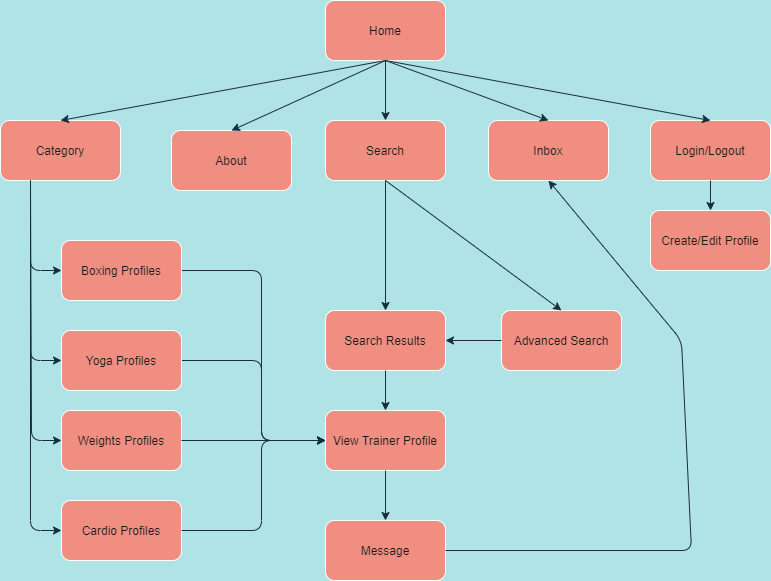
This is app/assets/images/sitemap-marketplace.png from brianqhe/everybody-fitness, a draw.io export, as it was before one commit. Source tidied: cells renumbered, new cells last; positions are measured from the earlier drawing's top-left corner, leaving out a move shared by most shapes. The source it was exported from:
```xml
<mxGraphModel background="#B0E3E6">
  <root>
    <mxCell id="0" />
    <mxCell id="1" parent="0" />
    <mxCell id="2" value="Home" style="rounded=1;whiteSpace=wrap;html=1;fillColor=#F08E81;strokeColor=#FFFFFF;fontColor=#1A1A1A;" parent="1" vertex="1">
      <mxGeometry x="325" width="120" height="60" as="geometry" />
    </mxCell>
    <mxCell id="3" value="Login/Logout" style="rounded=1;whiteSpace=wrap;html=1;fillColor=#F08E81;strokeColor=#FFFFFF;fontColor=#1A1A1A;" parent="1" vertex="1">
      <mxGeometry x="650" y="120" width="120" height="60" as="geometry" />
    </mxCell>
    <mxCell id="4" value="About" style="rounded=1;whiteSpace=wrap;html=1;fillColor=#F08E81;strokeColor=#FFFFFF;fontColor=#1A1A1A;" parent="1" vertex="1">
      <mxGeometry x="171" y="130" width="120" height="60" as="geometry" />
    </mxCell>
    <mxCell id="5" value="Category" style="rounded=1;whiteSpace=wrap;html=1;fillColor=#F08E81;strokeColor=#FFFFFF;fontColor=#1A1A1A;" parent="1" vertex="1">
      <mxGeometry y="120" width="120" height="60" as="geometry" />
    </mxCell>
    <mxCell id="6" value="Search" style="rounded=1;whiteSpace=wrap;html=1;fillColor=#F08E81;strokeColor=#FFFFFF;fontColor=#1A1A1A;" parent="1" vertex="1">
      <mxGeometry x="325" y="120" width="120" height="60" as="geometry" />
    </mxCell>
    <mxCell id="7" value="View Trainer Profile" style="rounded=1;whiteSpace=wrap;html=1;fillColor=#F08E81;strokeColor=#FFFFFF;fontColor=#1A1A1A;" parent="1" vertex="1">
      <mxGeometry x="325" y="410" width="120" height="60" as="geometry" />
    </mxCell>
    <mxCell id="8" value="Message" style="rounded=1;whiteSpace=wrap;html=1;fillColor=#F08E81;strokeColor=#FFFFFF;fontColor=#1A1A1A;" parent="1" vertex="1">
      <mxGeometry x="325" y="520" width="120" height="60" as="geometry" />
    </mxCell>
    <mxCell id="9" style="endArrow=classic;html=1;exitX=0.5;exitY=1;exitDx=0;exitDy=0;entryX=0.5;entryY=0;entryDx=0;entryDy=0;strokeColor=#182E3E;fontColor=#1A1A1A;labelBackgroundColor=#B0E3E6;" parent="1" edge="1" source="2" target="6">
      <mxGeometry relative="1" as="geometry" />
    </mxCell>
    <mxCell id="10" style="endArrow=classic;html=1;exitX=0.5;exitY=1;exitDx=0;exitDy=0;entryX=0.5;entryY=0;entryDx=0;entryDy=0;strokeColor=#182E3E;fontColor=#1A1A1A;labelBackgroundColor=#B0E3E6;" parent="1" edge="1" source="2" target="5">
      <mxGeometry relative="1" as="geometry" />
    </mxCell>
    <mxCell id="11" style="endArrow=classic;html=1;exitX=0.5;exitY=1;exitDx=0;exitDy=0;entryX=0.5;entryY=0;entryDx=0;entryDy=0;strokeColor=#182E3E;fontColor=#1A1A1A;labelBackgroundColor=#B0E3E6;" parent="1" edge="1" source="2" target="3">
      <mxGeometry relative="1" as="geometry" />
    </mxCell>
    <mxCell id="12" style="endArrow=classic;html=1;exitX=0.5;exitY=1;exitDx=0;exitDy=0;entryX=0.5;entryY=0;entryDx=0;entryDy=0;strokeColor=#182E3E;fontColor=#1A1A1A;labelBackgroundColor=#B0E3E6;" parent="1" edge="1" source="2" target="4">
      <mxGeometry relative="1" as="geometry" />
    </mxCell>
    <mxCell id="13" value="Inbox" style="rounded=1;whiteSpace=wrap;html=1;fillColor=#F08E81;strokeColor=#FFFFFF;fontColor=#1A1A1A;" parent="1" vertex="1">
      <mxGeometry x="488" y="120" width="120" height="60" as="geometry" />
    </mxCell>
    <mxCell id="14" style="endArrow=classic;html=1;exitX=0.5;exitY=1;exitDx=0;exitDy=0;entryX=0.5;entryY=0;entryDx=0;entryDy=0;strokeColor=#182E3E;fontColor=#1A1A1A;labelBackgroundColor=#B0E3E6;" parent="1" edge="1" source="3" target="24">
      <mxGeometry relative="1" as="geometry" />
    </mxCell>
    <mxCell id="15" style="endArrow=classic;html=1;exitX=0.5;exitY=1;exitDx=0;exitDy=0;entryX=0.5;entryY=0;entryDx=0;entryDy=0;strokeColor=#182E3E;fontColor=#1A1A1A;labelBackgroundColor=#B0E3E6;" parent="1" edge="1" source="2" target="13">
      <mxGeometry relative="1" as="geometry" />
    </mxCell>
    <mxCell id="16" value="Advanced Search" style="rounded=1;whiteSpace=wrap;html=1;fillColor=#F08E81;strokeColor=#FFFFFF;fontColor=#1A1A1A;" parent="1" vertex="1">
      <mxGeometry x="501" y="310" width="120" height="60" as="geometry" />
    </mxCell>
    <mxCell id="17" style="endArrow=classic;html=1;exitX=0.5;exitY=1;exitDx=0;exitDy=0;entryX=0.5;entryY=0;entryDx=0;entryDy=0;startArrow=none;startFill=0;strokeColor=#182E3E;fontColor=#1A1A1A;labelBackgroundColor=#B0E3E6;" parent="1" edge="1" source="6" target="16">
      <mxGeometry relative="1" as="geometry" />
    </mxCell>
    <mxCell id="18" value="Search Results" style="rounded=1;whiteSpace=wrap;html=1;fillColor=#F08E81;strokeColor=#FFFFFF;fontColor=#1A1A1A;" parent="1" vertex="1">
      <mxGeometry x="325" y="310" width="120" height="60" as="geometry" />
    </mxCell>
    <mxCell id="19" style="endArrow=classic;html=1;exitX=0.5;exitY=1;exitDx=0;exitDy=0;entryX=0.5;entryY=0;entryDx=0;entryDy=0;strokeColor=#182E3E;fontColor=#1A1A1A;labelBackgroundColor=#B0E3E6;" parent="1" edge="1" source="6" target="18">
      <mxGeometry relative="1" as="geometry" />
    </mxCell>
    <mxCell id="20" style="endArrow=classic;html=1;exitX=0;exitY=0.5;exitDx=0;exitDy=0;entryX=1;entryY=0.5;entryDx=0;entryDy=0;startArrow=none;startFill=0;strokeColor=#182E3E;fontColor=#1A1A1A;labelBackgroundColor=#B0E3E6;" parent="1" edge="1" source="16" target="18">
      <mxGeometry relative="1" as="geometry" />
    </mxCell>
    <mxCell id="21" style="endArrow=classic;html=1;exitX=0.5;exitY=1;exitDx=0;exitDy=0;entryX=0.5;entryY=0;entryDx=0;entryDy=0;startArrow=none;startFill=0;strokeColor=#182E3E;fontColor=#1A1A1A;labelBackgroundColor=#B0E3E6;" parent="1" edge="1" source="18" target="7">
      <mxGeometry relative="1" as="geometry" />
    </mxCell>
    <mxCell id="22" style="endArrow=classic;html=1;strokeColor=#182E3E;exitX=0.5;exitY=1;exitDx=0;exitDy=0;entryX=0.5;entryY=0;entryDx=0;entryDy=0;fontColor=#1A1A1A;labelBackgroundColor=#B0E3E6;" parent="1" edge="1" source="7" target="8">
      <mxGeometry relative="1" as="geometry" />
    </mxCell>
    <mxCell id="23" style="endArrow=classic;html=1;strokeColor=#182E3E;exitX=1;exitY=0.5;exitDx=0;exitDy=0;entryX=0.5;entryY=1;entryDx=0;entryDy=0;fontColor=#1A1A1A;labelBackgroundColor=#B0E3E6;" parent="1" edge="1" source="8" target="13">
      <mxGeometry relative="1" as="geometry">
        <Array as="points">
          <mxPoint x="691" y="550" />
          <mxPoint x="681" y="340" />
        </Array>
      </mxGeometry>
    </mxCell>
    <mxCell id="24" value="Create/Edit Profile" style="rounded=1;whiteSpace=wrap;html=1;fillColor=#F08E81;strokeColor=#FFFFFF;fontColor=#1A1A1A;" parent="1" vertex="1">
      <mxGeometry x="650" y="210" width="120" height="60" as="geometry" />
    </mxCell>
    <mxCell id="25" value="Cardio Profiles" style="rounded=1;whiteSpace=wrap;html=1;sketch=0;strokeColor=#FFFFFF;fillColor=#F08E81;fontColor=#1A1A1A;" parent="1" vertex="1">
      <mxGeometry x="61" y="500" width="120" height="60" as="geometry" />
    </mxCell>
    <mxCell id="26" value="Weights Profiles" style="rounded=1;whiteSpace=wrap;html=1;sketch=0;strokeColor=#FFFFFF;fillColor=#F08E81;fontColor=#1A1A1A;" parent="1" vertex="1">
      <mxGeometry x="61" y="410" width="120" height="60" as="geometry" />
    </mxCell>
    <mxCell id="27" style="endArrow=classic;html=1;strokeColor=#182E3E;fontColor=#1A1A1A;exitX=0.25;exitY=1;exitDx=0;exitDy=0;entryX=0;entryY=0.5;entryDx=0;entryDy=0;" parent="1" edge="1" source="5" target="26">
      <mxGeometry relative="1" as="geometry">
        <Array as="points">
          <mxPoint x="31" y="440" />
        </Array>
      </mxGeometry>
    </mxCell>
    <mxCell id="28" style="endArrow=classic;html=1;strokeColor=#182E3E;fontColor=#1A1A1A;exitX=0.25;exitY=1;exitDx=0;exitDy=0;entryX=0;entryY=0.5;entryDx=0;entryDy=0;" parent="1" edge="1" source="5" target="25">
      <mxGeometry relative="1" as="geometry">
        <Array as="points">
          <mxPoint x="30" y="530" />
        </Array>
      </mxGeometry>
    </mxCell>
    <mxCell id="29" style="endArrow=classic;html=1;strokeColor=#182E3E;fontColor=#1A1A1A;exitX=1;exitY=0.5;exitDx=0;exitDy=0;entryX=0;entryY=0.5;entryDx=0;entryDy=0;" parent="1" edge="1" source="33" target="7">
      <mxGeometry relative="1" as="geometry">
        <Array as="points">
          <mxPoint x="261" y="270" />
          <mxPoint x="261" y="440" />
        </Array>
      </mxGeometry>
    </mxCell>
    <mxCell id="30" style="endArrow=classic;html=1;strokeColor=#182E3E;fontColor=#1A1A1A;exitX=1;exitY=0.5;exitDx=0;exitDy=0;entryX=0;entryY=0.5;entryDx=0;entryDy=0;" parent="1" edge="1" source="35" target="7">
      <mxGeometry relative="1" as="geometry">
        <Array as="points">
          <mxPoint x="261" y="360" />
          <mxPoint x="261" y="440" />
        </Array>
      </mxGeometry>
    </mxCell>
    <mxCell id="31" style="endArrow=classic;html=1;strokeColor=#182E3E;fontColor=#1A1A1A;exitX=1;exitY=0.5;exitDx=0;exitDy=0;entryX=0;entryY=0.5;entryDx=0;entryDy=0;" parent="1" edge="1" source="26" target="7">
      <mxGeometry relative="1" as="geometry" />
    </mxCell>
    <mxCell id="32" style="endArrow=classic;html=1;strokeColor=#182E3E;fontColor=#1A1A1A;exitX=1;exitY=0.5;exitDx=0;exitDy=0;entryX=0;entryY=0.5;entryDx=0;entryDy=0;" parent="1" edge="1" source="25" target="7">
      <mxGeometry relative="1" as="geometry">
        <Array as="points">
          <mxPoint x="261" y="530" />
          <mxPoint x="261" y="440" />
        </Array>
      </mxGeometry>
    </mxCell>
    <mxCell id="33" value="Boxing Profiles" style="rounded=1;whiteSpace=wrap;html=1;sketch=0;strokeColor=#FFFFFF;fillColor=#F08E81;fontColor=#1A1A1A;" parent="1" vertex="1">
      <mxGeometry x="61" y="240" width="120" height="60" as="geometry" />
    </mxCell>
    <mxCell id="34" style="endArrow=classic;html=1;strokeColor=#182E3E;fontColor=#1A1A1A;exitX=0.25;exitY=1;exitDx=0;exitDy=0;entryX=0;entryY=0.5;entryDx=0;entryDy=0;" parent="1" edge="1" source="5" target="33">
      <mxGeometry relative="1" as="geometry">
        <Array as="points">
          <mxPoint x="30" y="270" />
        </Array>
      </mxGeometry>
    </mxCell>
    <mxCell id="35" value="Yoga Profiles" style="rounded=1;whiteSpace=wrap;html=1;sketch=0;strokeColor=#FFFFFF;fillColor=#F08E81;fontColor=#1A1A1A;" parent="1" vertex="1">
      <mxGeometry x="61" y="330" width="120" height="60" as="geometry" />
    </mxCell>
    <mxCell id="36" style="endArrow=classic;html=1;strokeColor=#182E3E;fontColor=#1A1A1A;exitX=0.25;exitY=1;exitDx=0;exitDy=0;entryX=0;entryY=0.5;entryDx=0;entryDy=0;" parent="1" edge="1" source="5" target="35">
      <mxGeometry relative="1" as="geometry">
        <Array as="points">
          <mxPoint x="30" y="360" />
        </Array>
      </mxGeometry>
    </mxCell>
  </root>
</mxGraphModel>
```
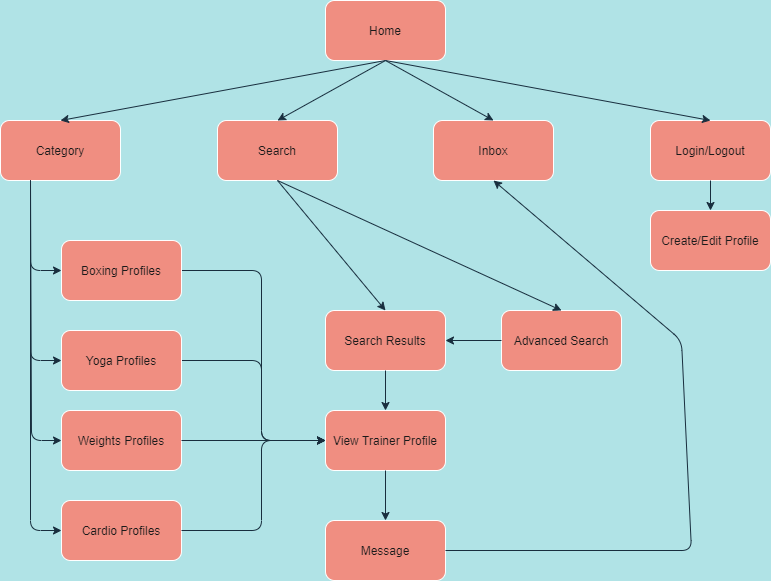
Above is the later version.

What changed in the source:
```diff
@@ -8,14 +8,11 @@
     <mxCell id="3" value="Login/Logout" style="rounded=1;whiteSpace=wrap;html=1;fillColor=#F08E81;strokeColor=#FFFFFF;fontColor=#1A1A1A;" parent="1" vertex="1">
       <mxGeometry x="650" y="120" width="120" height="60" as="geometry" />
     </mxCell>
-    <mxCell id="4" value="About" style="rounded=1;whiteSpace=wrap;html=1;fillColor=#F08E81;strokeColor=#FFFFFF;fontColor=#1A1A1A;" parent="1" vertex="1">
-      <mxGeometry x="171" y="130" width="120" height="60" as="geometry" />
-    </mxCell>
     <mxCell id="5" value="Category" style="rounded=1;whiteSpace=wrap;html=1;fillColor=#F08E81;strokeColor=#FFFFFF;fontColor=#1A1A1A;" parent="1" vertex="1">
       <mxGeometry y="120" width="120" height="60" as="geometry" />
     </mxCell>
     <mxCell id="6" value="Search" style="rounded=1;whiteSpace=wrap;html=1;fillColor=#F08E81;strokeColor=#FFFFFF;fontColor=#1A1A1A;" parent="1" vertex="1">
-      <mxGeometry x="325" y="120" width="120" height="60" as="geometry" />
+      <mxGeometry x="217" y="120" width="120" height="60" as="geometry" />
     </mxCell>
     <mxCell id="7" value="View Trainer Profile" style="rounded=1;whiteSpace=wrap;html=1;fillColor=#F08E81;strokeColor=#FFFFFF;fontColor=#1A1A1A;" parent="1" vertex="1">
       <mxGeometry x="325" y="410" width="120" height="60" as="geometry" />
@@ -32,11 +29,8 @@
     <mxCell id="11" style="endArrow=classic;html=1;exitX=0.5;exitY=1;exitDx=0;exitDy=0;entryX=0.5;entryY=0;entryDx=0;entryDy=0;strokeColor=#182E3E;fontColor=#1A1A1A;labelBackgroundColor=#B0E3E6;" parent="1" edge="1" source="2" target="3">
       <mxGeometry relative="1" as="geometry" />
     </mxCell>
-    <mxCell id="12" style="endArrow=classic;html=1;exitX=0.5;exitY=1;exitDx=0;exitDy=0;entryX=0.5;entryY=0;entryDx=0;entryDy=0;strokeColor=#182E3E;fontColor=#1A1A1A;labelBackgroundColor=#B0E3E6;" parent="1" edge="1" source="2" target="4">
-      <mxGeometry relative="1" as="geometry" />
-    </mxCell>
     <mxCell id="13" value="Inbox" style="rounded=1;whiteSpace=wrap;html=1;fillColor=#F08E81;strokeColor=#FFFFFF;fontColor=#1A1A1A;" parent="1" vertex="1">
-      <mxGeometry x="488" y="120" width="120" height="60" as="geometry" />
+      <mxGeometry x="433" y="120" width="120" height="60" as="geometry" />
     </mxCell>
     <mxCell id="14" style="endArrow=classic;html=1;exitX=0.5;exitY=1;exitDx=0;exitDy=0;entryX=0.5;entryY=0;entryDx=0;entryDy=0;strokeColor=#182E3E;fontColor=#1A1A1A;labelBackgroundColor=#B0E3E6;" parent="1" edge="1" source="3" target="24">
       <mxGeometry relative="1" as="geometry" />
```
